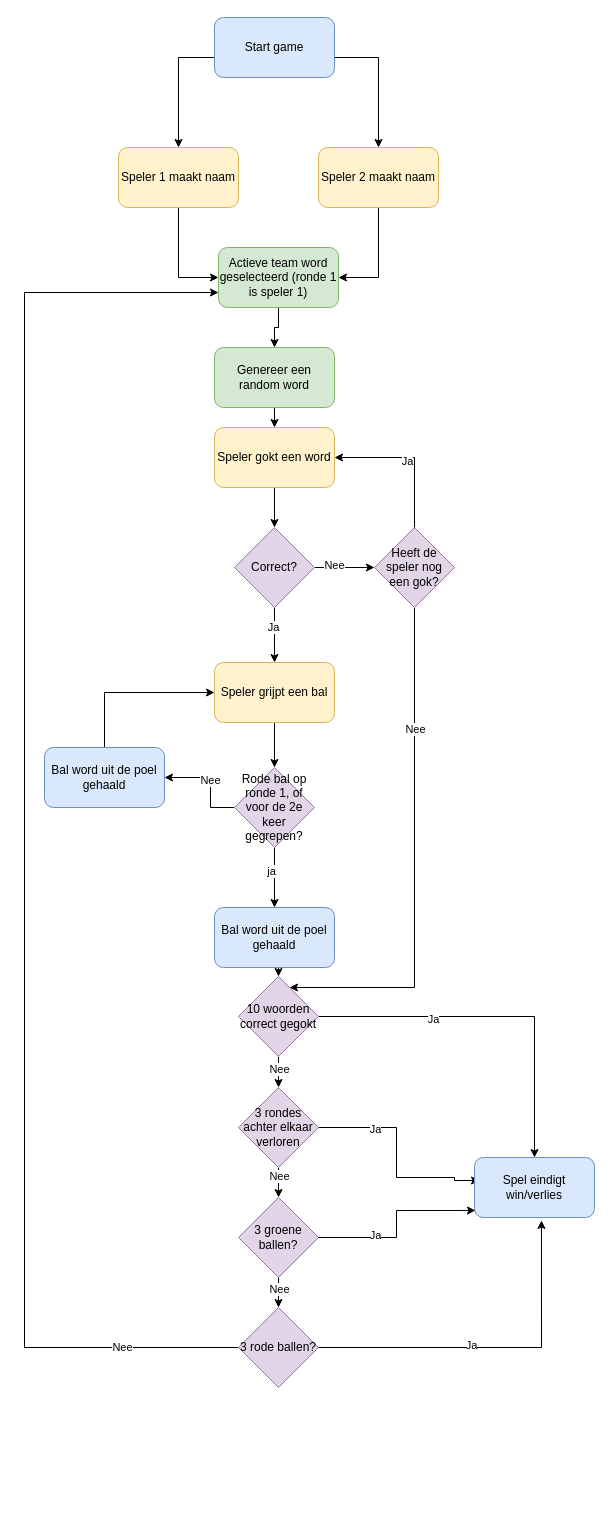
RobbinRSS/meesterproefLingo keeps this draw.io diagram as noCode/diagramlinguitgewerkt2.drawio. Above is the earlier version. Source tidied: cells renumbered, new cells numbered last; positions are measured from the earlier drawing's top-left corner, leaving out a move shared by most shapes. Both pictures are drawn from the tidied source at 100%, with x=0, y=0 at pixel (24, 17).
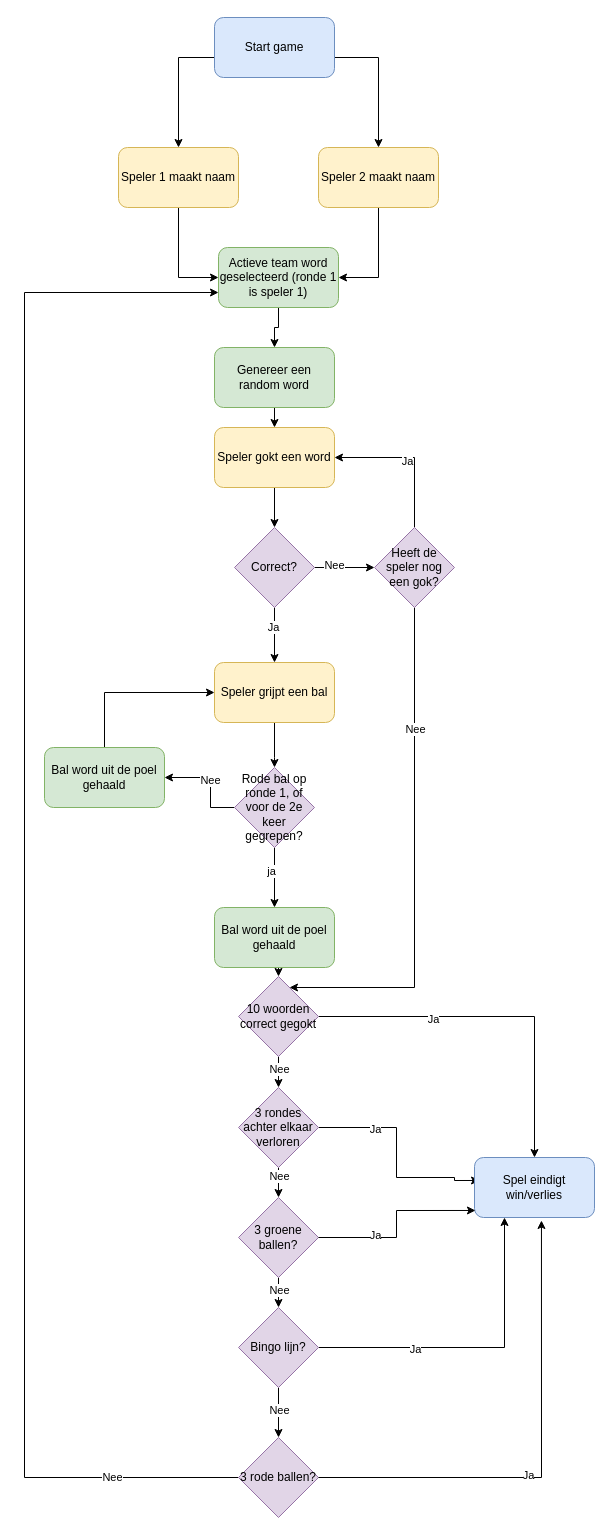
After the change.

Commit message (it also covers changes not shown here):
aanpassing in flowchart

The change refers to these unchanged cells:
```xml
<mxCell id="26" value="Spel eindigt win/verlies" style="rounded=1;whiteSpace=wrap;html=1;fillColor=#dae8fc;strokeColor=#6c8ebf;" parent="1" vertex="1">
  <mxGeometry x="450" y="1140" width="120" height="60" as="geometry" />
</mxCell>
<mxCell id="32" value="Actieve team word geselecteerd (ronde 1 is speler 1)" style="rounded=1;whiteSpace=wrap;html=1;fillColor=#d5e8d4;strokeColor=#82b366;" parent="1" vertex="1">
  <mxGeometry x="194" y="230" width="120" height="60" as="geometry" />
</mxCell>
<mxCell id="49" value="3 groene ballen?" style="rhombus;whiteSpace=wrap;html=1;fillColor=#e1d5e7;strokeColor=#9673a6;" parent="1" vertex="1">
  <mxGeometry x="214" y="1180" width="80" height="80" as="geometry" />
</mxCell>
```

Diff of the diagram source:
```diff
@@
-    <mxCell id="39" value="Bal word uit de poel gehaald" style="rounded=1;whiteSpace=wrap;html=1;fillColor=#dae8fc;strokeColor=#6c8ebf;" parent="1" vertex="1">
+    <mxCell id="39" value="Bal word uit de poel gehaald" style="rounded=1;whiteSpace=wrap;html=1;fillColor=#d5e8d4;strokeColor=#82b366;" parent="1" vertex="1">
       <mxGeometry x="20" y="730" width="120" height="60" as="geometry" />
     </mxCell>
@@
-    <mxCell id="41" value="Bal word uit de poel gehaald" style="rounded=1;whiteSpace=wrap;html=1;fillColor=#dae8fc;strokeColor=#6c8ebf;" parent="1" vertex="1">
+    <mxCell id="41" value="Bal word uit de poel gehaald" style="rounded=1;whiteSpace=wrap;html=1;fillColor=#d5e8d4;strokeColor=#82b366;" parent="1" vertex="1">
       <mxGeometry x="190" y="890" width="120" height="60" as="geometry" />
     </mxCell>
@@
-    <mxCell id="47" style="edgeStyle=orthogonalEdgeStyle;rounded=0;jettySize=auto;html=1;exitX=0.5;exitY=1;exitDx=0;exitDy=0;entryX=0.5;entryY=0;entryDx=0;entryDy=0;" parent="1" edge="1" source="49" target="52">
-      <mxGeometry relative="1" as="geometry" />
-    </mxCell>
-    <mxCell id="48" value="Nee" style="edgeLabel;html=1;align=center;verticalAlign=middle;" parent="47" vertex="1">
-      <mxGeometry x="-0.27" relative="1" as="geometry" />
-    </mxCell>
+    <mxCell id="57" style="edgeStyle=orthogonalEdgeStyle;rounded=0;jettySize=auto;html=1;exitX=0.5;exitY=1;exitDx=0;exitDy=0;" parent="1" edge="1" source="49" target="63">
+      <mxGeometry relative="1" as="geometry" />
+    </mxCell>
+    <mxCell id="58" value="Nee" style="edgeLabel;html=1;align=center;verticalAlign=middle;" parent="57" vertex="1">
+      <mxGeometry x="0.28" relative="1" as="geometry" />
+    </mxCell>
@@
     <mxCell id="50" style="edgeStyle=orthogonalEdgeStyle;rounded=0;jettySize=auto;html=1;entryX=0;entryY=0.75;entryDx=0;entryDy=0;" parent="1" edge="1" source="52" target="32">
       <mxGeometry relative="1" as="geometry">
         <Array as="points">
-          <mxPoint y="1330" />
+          <mxPoint y="1460" />
           <mxPoint y="275" />
         </Array>
       </mxGeometry>
     </mxCell>
@@
     <mxCell id="52" value="3 rode ballen?" style="rhombus;whiteSpace=wrap;html=1;fillColor=#e1d5e7;strokeColor=#9673a6;" parent="1" vertex="1">
-      <mxGeometry x="214" y="1290" width="80" height="80" as="geometry" />
+      <mxGeometry x="214" y="1420" width="80" height="80" as="geometry" />
     </mxCell>
@@
+    <mxCell id="59" style="edgeStyle=orthogonalEdgeStyle;rounded=0;jettySize=auto;html=1;exitX=0.5;exitY=1;exitDx=0;exitDy=0;entryX=0.5;entryY=0;entryDx=0;entryDy=0;" parent="1" edge="1" source="63" target="52">
+      <mxGeometry relative="1" as="geometry" />
+    </mxCell>
+    <mxCell id="60" value="Nee" style="edgeLabel;html=1;align=center;verticalAlign=middle;" parent="59" vertex="1">
+      <mxGeometry x="-0.12" relative="1" as="geometry" />
+    </mxCell>
+    <mxCell id="61" style="edgeStyle=orthogonalEdgeStyle;rounded=0;jettySize=auto;html=1;entryX=0.25;entryY=1;entryDx=0;entryDy=0;" parent="1" edge="1" source="63" target="26">
+      <mxGeometry relative="1" as="geometry" />
+    </mxCell>
+    <mxCell id="62" value="Ja" style="edgeLabel;html=1;align=center;verticalAlign=middle;" parent="61" vertex="1">
+      <mxGeometry x="-0.39" y="-1" relative="1" as="geometry" />
+    </mxCell>
+    <mxCell id="63" value="Bingo lijn?" style="rhombus;whiteSpace=wrap;html=1;fillColor=#e1d5e7;strokeColor=#9673a6;" parent="1" vertex="1">
+      <mxGeometry x="214" y="1290" width="80" height="80" as="geometry" />
+    </mxCell>
```
